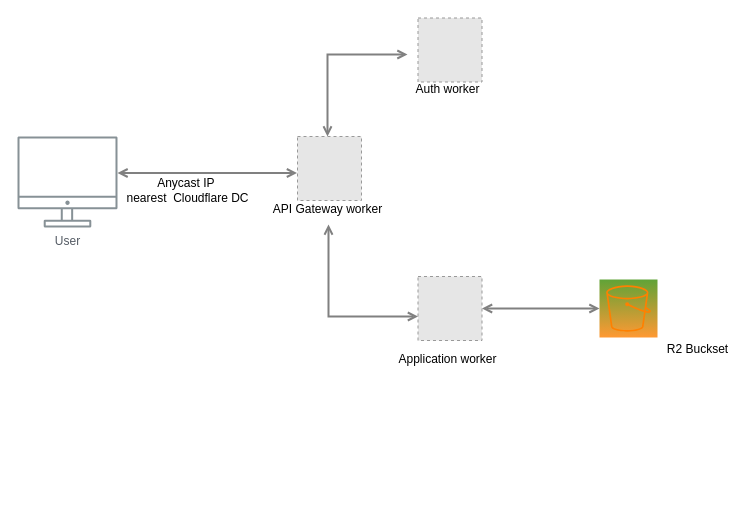
iamask/flowchart keeps this draw.io diagram as service_bindings.drawio. Above is the earlier version. Source tidied: cells renumbered, new cells numbered last; positions are measured from the earlier drawing's top-left corner, leaving out a move shared by most shapes. Both pictures are drawn from the tidied source at 100%, with x=0, y=0 at pixel (17, 18). Pictures stored in the file or linked from it are replaced by grey dashed boxes.
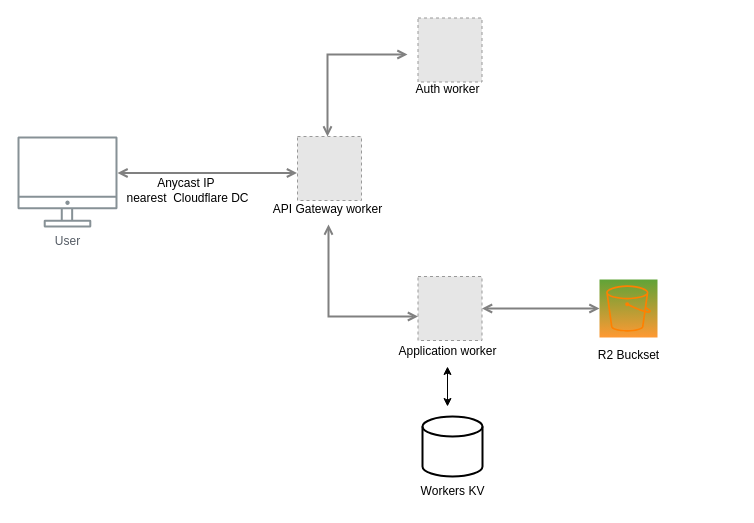
Above is the later version.

The edit, as a diff of the source:
```diff
@@
     <mxCell id="11" value="Application worker" style="text;html=1;align=center;verticalAlign=middle;points=[];strokeColor=none;fillColor=none;" parent="1" vertex="1">
-      <mxGeometry x="370" y="326" width="120" height="30" as="geometry" />
+      <mxGeometry x="370" y="318" width="120" height="30" as="geometry" />
     </mxCell>
@@
     <mxCell id="15" value="R2 Buckset" style="text;html=1;align=center;verticalAlign=middle;strokeColor=none;fillColor=none;" parent="1" vertex="1">
-      <mxGeometry x="640" y="316" width="80" height="30" as="geometry" />
+      <mxGeometry x="571" y="322" width="80" height="30" as="geometry" />
     </mxCell>
+    <mxCell id="16" style="strokeWidth=2;html=1;shape=mxgraph.flowchart.database;whiteSpace=wrap;" parent="1" vertex="1">
+      <mxGeometry x="405" y="398" width="60" height="60" as="geometry" />
+    </mxCell>
+    <mxCell id="17" value="Workers KV" style="text;html=1;align=center;verticalAlign=middle;strokeColor=none;fillColor=none;" parent="1" vertex="1">
+      <mxGeometry x="390" y="458" width="90" height="30" as="geometry" />
+    </mxCell>
+    <mxCell id="18" style="endArrow=classic;startArrow=classic;html=1;rounded=0;" parent="1" edge="1" source="11">
+      <mxGeometry relative="1" as="geometry">
+        <mxPoint x="430" y="388" as="targetPoint" />
+      </mxGeometry>
+    </mxCell>
```
